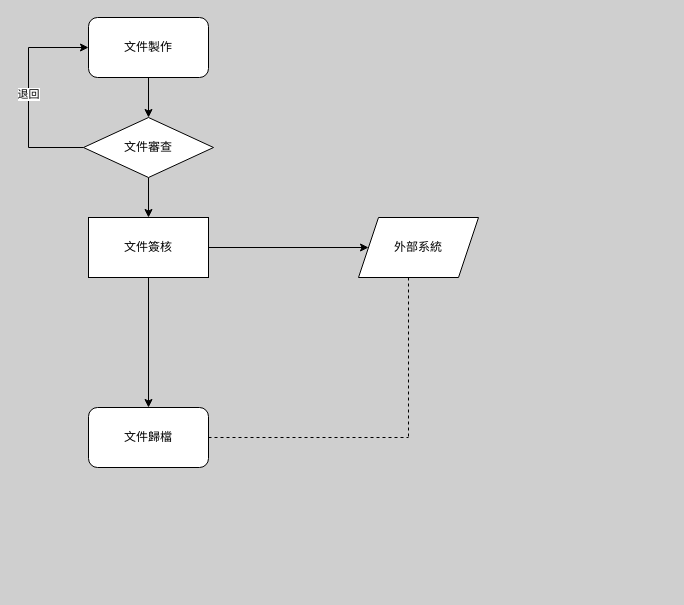
This is page "Page-1" (1 of 3) of Untitled Diagram.drawio from tsaichenwei/Web-crawler-for-meteorological-data, a draw.io file, before an edit. Source tidied: cells renumbered, new cells numbered last; positions are measured from the earlier drawing's top-left corner, leaving out a move shared by most shapes. Both pictures are drawn from the tidied source at 100%, with x=0, y=0 at pixel (28, 17).
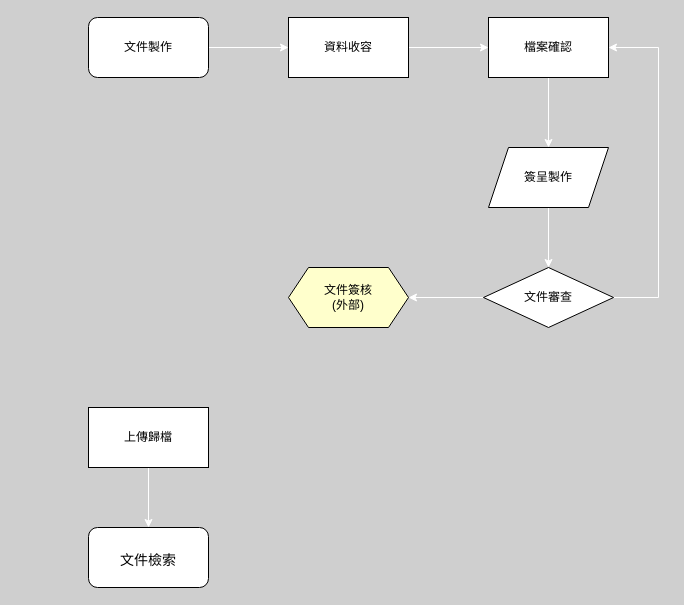
The same diagram, later.

Change to the diagram source:
```diff
@@
 <mxGraphModel background="#40404040">
   <root>
     <mxCell id="0" />
     <mxCell id="1" parent="0" />
-    <mxCell id="2" style="edgeStyle=orthogonalEdgeStyle;rounded=0;jettySize=auto;html=1;" parent="1" edge="1" source="3" target="10">
-      <mxGeometry relative="1" as="geometry" />
-    </mxCell>
+    <mxCell id="14" style="edgeStyle=orthogonalEdgeStyle;rounded=0;jettySize=auto;html=1;fontSize=21;fontColor=#FFFFFF;strokeColor=#FFFFFF;" parent="1" edge="1" source="3" target="18">
+      <mxGeometry relative="1" as="geometry" />
+    </mxCell>
     <mxCell id="3" value="文件製作" style="rounded=1;whiteSpace=wrap;html=1;fontFamily=Helvetica;fontSize=12;fontColor=rgb(0, 0, 0);align=center;strokeColor=rgb(0, 0, 0);fillColor=rgb(255, 255, 255);" parent="1" vertex="1">
       <mxGeometry x="60" width="120" height="60" as="geometry" />
     </mxCell>
-    <mxCell id="4" style="edgeStyle=orthogonalEdgeStyle;rounded=0;jettySize=auto;html=1;" parent="1" edge="1" source="6" target="7">
-      <mxGeometry relative="1" as="geometry" />
-    </mxCell>
-    <mxCell id="5" style="edgeStyle=orthogonalEdgeStyle;rounded=0;jettySize=auto;html=1;exitX=1;exitY=0.5;exitDx=0;exitDy=0;" parent="1" edge="1" source="6" target="11">
-      <mxGeometry relative="1" as="geometry" />
-    </mxCell>
-    <mxCell id="6" value="文件簽核" style="rounded=0;whiteSpace=wrap;html=1;" parent="1" vertex="1">
-      <mxGeometry x="60" y="200" width="120" height="60" as="geometry" />
+    <mxCell id="6" value="文件簽核&lt;br&gt;(外部)" style="shape=hexagon;perimeter=hexagonPerimeter2;whiteSpace=wrap;html=1;fixedSize=1;fontFamily=Helvetica;fontSize=12;fontColor=rgb(0, 0, 0);align=center;strokeColor=rgb(0, 0, 0);fillColor=#FFFFCC;" parent="1" vertex="1">
+      <mxGeometry x="260" y="250" width="120" height="60" as="geometry" />
     </mxCell>
+    <mxCell id="15" style="edgeStyle=orthogonalEdgeStyle;rounded=0;jettySize=auto;html=1;fontSize=14;fontColor=#000000;strokeColor=#FFFFFF;" parent="1" edge="1" source="7" target="23">
+      <mxGeometry relative="1" as="geometry" />
+    </mxCell>
-    <mxCell id="7" value="文件歸檔" style="rounded=1;whiteSpace=wrap;html=1;fontFamily=Helvetica;fontSize=12;fontColor=rgb(0, 0, 0);align=center;strokeColor=rgb(0, 0, 0);fillColor=rgb(255, 255, 255);" parent="1" vertex="1">
+    <mxCell id="7" value="上傳歸檔" style="rounded=0;whiteSpace=wrap;html=1;fontFamily=Helvetica;fontSize=12;fontColor=rgb(0, 0, 0);align=center;strokeColor=rgb(0, 0, 0);fillColor=rgb(255, 255, 255);" parent="1" vertex="1">
       <mxGeometry x="60" y="390" width="120" height="60" as="geometry" />
     </mxCell>
+    <mxCell id="16" style="edgeStyle=orthogonalEdgeStyle;rounded=0;jettySize=auto;html=1;entryX=1;entryY=0.5;entryDx=0;entryDy=0;fontSize=21;fontColor=#FFFFFF;strokeColor=#FFFFFF;" parent="1" edge="1" source="10" target="20">
+      <mxGeometry relative="1" as="geometry">
+        <Array as="points">
+          <mxPoint x="630" y="280" />
+          <mxPoint x="630" y="30" />
+        </Array>
+      </mxGeometry>
+    </mxCell>
-    <mxCell id="8" style="edgeStyle=orthogonalEdgeStyle;rounded=0;jettySize=auto;html=1;" parent="1" edge="1" source="10" target="6">
+    <mxCell id="8" style="edgeStyle=orthogonalEdgeStyle;rounded=0;jettySize=auto;html=1;fontSize=21;fontColor=#FFFFFF;strokeColor=#FFFFFF;" parent="1" edge="1" source="10" target="6">
       <mxGeometry relative="1" as="geometry" />
     </mxCell>
-    <mxCell id="9" value="退回" style="edgeStyle=orthogonalEdgeStyle;rounded=0;jettySize=auto;html=1;exitX=0;exitY=0.5;exitDx=0;exitDy=0;entryX=0;entryY=0.5;entryDx=0;entryDy=0;" parent="1" edge="1" source="10" target="3">
-      <mxGeometry relative="1" as="geometry">
-        <Array as="points">
-          <mxPoint y="130" />
-          <mxPoint y="30" />
-        </Array>
-      </mxGeometry>
-    </mxCell>
     <mxCell id="10" value="&lt;span&gt;文件審查&lt;/span&gt;" style="rhombus;whiteSpace=wrap;html=1;" parent="1" vertex="1">
-      <mxGeometry x="55" y="100" width="130" height="60" as="geometry" />
+      <mxGeometry x="455" y="250" width="130" height="60" as="geometry" />
     </mxCell>
-    <mxCell id="11" value="外部系統" style="shape=parallelogram;perimeter=parallelogramPerimeter;whiteSpace=wrap;html=1;fixedSize=1;" parent="1" vertex="1">
-      <mxGeometry x="330" y="200" width="120" height="60" as="geometry" />
-    </mxCell>
-    <mxCell id="12" style="endArrow=none;dashed=1;html=1;rounded=0;" parent="1" edge="1">
-      <mxGeometry relative="1" as="geometry">
-        <mxPoint x="380" y="260" as="sourcePoint" />
-        <mxPoint x="380" y="420" as="targetPoint" />
-      </mxGeometry>
-    </mxCell>
-    <mxCell id="13" style="endArrow=none;dashed=1;html=1;rounded=0;exitX=1;exitY=0.5;exitDx=0;exitDy=0;" parent="1" edge="1" source="7">
-      <mxGeometry relative="1" as="geometry">
-        <mxPoint x="380" y="420" as="targetPoint" />
-      </mxGeometry>
-    </mxCell>
+    <mxCell id="17" style="edgeStyle=orthogonalEdgeStyle;rounded=0;jettySize=auto;html=1;fontSize=21;fontColor=#FFFFFF;strokeColor=#FFFFFF;" parent="1" edge="1" source="18" target="20">
+      <mxGeometry relative="1" as="geometry" />
+    </mxCell>
+    <mxCell id="18" value="資料收容" style="rounded=0;whiteSpace=wrap;html=1;fontFamily=Helvetica;fontSize=12;fontColor=rgb(0, 0, 0);align=center;strokeColor=rgb(0, 0, 0);fillColor=rgb(255, 255, 255);" parent="1" vertex="1">
+      <mxGeometry x="260" width="120" height="60" as="geometry" />
+    </mxCell>
+    <mxCell id="19" style="edgeStyle=orthogonalEdgeStyle;rounded=0;jettySize=auto;html=1;fontSize=21;fontColor=#FFFFFF;strokeColor=#FFFFFF;" parent="1" edge="1" source="20" target="22">
+      <mxGeometry relative="1" as="geometry" />
+    </mxCell>
+    <mxCell id="20" value="檔案確認" style="whiteSpace=wrap;html=1;fillColor=rgb(255, 255, 255);strokeColor=rgb(0, 0, 0);fontColor=rgb(0, 0, 0);rounded=0;" parent="1" vertex="1">
+      <mxGeometry x="460" width="120" height="60" as="geometry" />
+    </mxCell>
+    <mxCell id="21" style="edgeStyle=orthogonalEdgeStyle;rounded=0;jettySize=auto;html=1;fontSize=21;fontColor=#FFFFFF;strokeColor=#FFFFFF;" parent="1" edge="1" source="22" target="10">
+      <mxGeometry relative="1" as="geometry" />
+    </mxCell>
+    <mxCell id="22" value="簽呈製作" style="shape=parallelogram;perimeter=parallelogramPerimeter;whiteSpace=wrap;html=1;fixedSize=1;fillColor=rgb(255, 255, 255);strokeColor=rgb(0, 0, 0);fontColor=rgb(0, 0, 0);rounded=0;" parent="1" vertex="1">
+      <mxGeometry x="460" y="130" width="120" height="60" as="geometry" />
+    </mxCell>
+    <mxCell id="23" value="&lt;font color=&quot;#000000&quot; style=&quot;font-size: 14px&quot;&gt;文件檢索&lt;/font&gt;" style="rounded=1;whiteSpace=wrap;html=1;labelBackgroundColor=none;fontSize=21;fontColor=#FFFFFF;fillColor=#FFFFFF;" parent="1" vertex="1">
+      <mxGeometry x="60" y="510" width="120" height="60" as="geometry" />
+    </mxCell>
   </root>
 </mxGraphModel>
```
